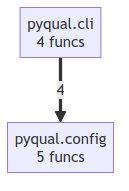
Above: project/compact_flow.png in semcod/pyqual (Mermaid), before the change. Its source is kept beside it as project/compact_flow.mmd. Source of this version:
```mermaid
flowchart TD
    pyqual__cli["pyqual.cli<br/>4 funcs"]
    pyqual__config["pyqual.config<br/>5 funcs"]
    pyqual__cli ==>|4| pyqual__config
```
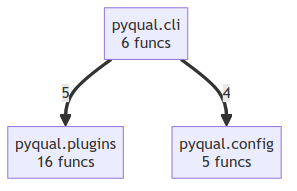
Above is the later version.

What changed in the source:
```diff
@@ -1,4 +1,6 @@
 flowchart TD
-    pyqual__cli["pyqual.cli<br/>4 funcs"]
+    pyqual__cli["pyqual.cli<br/>6 funcs"]
     pyqual__config["pyqual.config<br/>5 funcs"]
+    pyqual__plugins["pyqual.plugins<br/>16 funcs"]
+    pyqual__cli ==>|5| pyqual__plugins
     pyqual__cli ==>|4| pyqual__config
```
